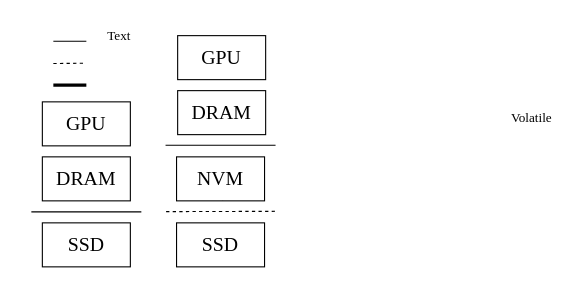
icszhr/NCheck keeps this draw.io diagram as fig/motivation_archi.drawio. Above is the earlier version. Source tidied: cells renumbered, new cells numbered last; positions are measured from the earlier drawing's top-left corner, leaving out a move shared by most shapes. Both pictures are drawn from the tidied source at 110%, with x=0, y=0 at pixel (31, 19).
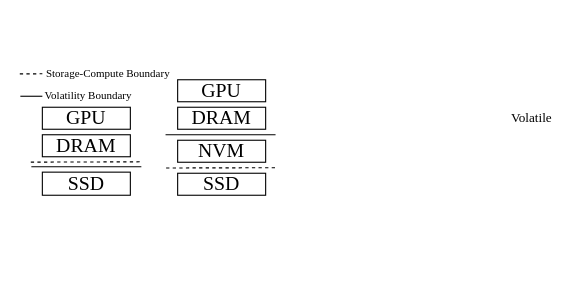
After the change.

Diff of the diagram source:
```diff
@@
     <mxCell id="2" value="&lt;font style=&quot;font-size: 18px;&quot; face=&quot;Times New Roman&quot;&gt;GPU&lt;/font&gt;" style="rounded=0;whiteSpace=wrap;html=1;" parent="1" vertex="1">
-      <mxGeometry x="10" y="75.1" width="80" height="40" as="geometry" />
+      <mxGeometry x="10" y="80" width="80" height="20" as="geometry" />
     </mxCell>
     <mxCell id="3" value="&lt;font face=&quot;Times New Roman&quot; style=&quot;font-size: 18px;&quot;&gt;DRAM&lt;/font&gt;" style="rounded=0;whiteSpace=wrap;html=1;strokeColor=default;align=center;verticalAlign=middle;fontFamily=Helvetica;fontSize=12;fontColor=default;fillColor=default;" parent="1" vertex="1">
-      <mxGeometry x="10" y="125.1" width="80" height="40" as="geometry" />
+      <mxGeometry x="10" y="105" width="80" height="20" as="geometry" />
     </mxCell>
     <mxCell id="4" style="endArrow=none;html=1;rounded=0;" parent="1" edge="1">
       <mxGeometry relative="1" as="geometry">
-        <mxPoint y="175.1" as="sourcePoint" />
-        <mxPoint x="100" y="175.1" as="targetPoint" />
+        <mxPoint y="134.1" as="sourcePoint" />
+        <mxPoint x="100" y="134.1" as="targetPoint" />
       </mxGeometry>
     </mxCell>
     <mxCell id="5" value="&lt;font style=&quot;font-size: 18px;&quot; face=&quot;Times New Roman&quot;&gt;SSD&lt;/font&gt;" style="rounded=0;whiteSpace=wrap;html=1;" parent="1" vertex="1">
-      <mxGeometry x="10" y="185.1" width="80" height="40" as="geometry" />
+      <mxGeometry x="10" y="139" width="80" height="21" as="geometry" />
     </mxCell>
     <mxCell id="6" value="&lt;font style=&quot;font-size: 18px;&quot; face=&quot;Times New Roman&quot;&gt;GPU&lt;/font&gt;" style="rounded=0;whiteSpace=wrap;html=1;" parent="1" vertex="1">
-      <mxGeometry x="133" y="14.9" width="80" height="40" as="geometry" />
+      <mxGeometry x="133" y="55" width="80" height="20" as="geometry" />
     </mxCell>
     <mxCell id="7" value="&lt;font face=&quot;Times New Roman&quot; style=&quot;font-size: 18px;&quot;&gt;DRAM&lt;/font&gt;" style="rounded=0;whiteSpace=wrap;html=1;strokeColor=default;align=center;verticalAlign=middle;fontFamily=Helvetica;fontSize=12;fontColor=default;fillColor=default;" parent="1" vertex="1">
-      <mxGeometry x="133" y="64.9" width="80" height="40" as="geometry" />
+      <mxGeometry x="133" y="80" width="80" height="20" as="geometry" />
     </mxCell>
     <mxCell id="8" value="&lt;font style=&quot;font-size: 18px;&quot; face=&quot;Times New Roman&quot;&gt;SSD&lt;/font&gt;" style="rounded=0;whiteSpace=wrap;html=1;" parent="1" vertex="1">
-      <mxGeometry x="132" y="185.1" width="80" height="40" as="geometry" />
+      <mxGeometry x="133" y="140" width="80" height="20" as="geometry" />
     </mxCell>
-    <mxCell id="9" style="endArrow=none;html=1;rounded=0;dashed=1;" parent="1" edge="1" source="12">
-      <mxGeometry relative="1" as="geometry">
-        <mxPoint x="173" y="155.1" as="targetPoint" />
-      </mxGeometry>
-    </mxCell>
@@
     <mxCell id="11" style="endArrow=none;html=1;rounded=0;dashed=1;" parent="1" edge="1">
       <mxGeometry relative="1" as="geometry">
-        <mxPoint x="122.5" y="174.9" as="sourcePoint" />
-        <mxPoint x="223.5" y="174.6" as="targetPoint" />
+        <mxPoint x="122.5" y="135.2" as="sourcePoint" />
+        <mxPoint x="223.5" y="135" as="targetPoint" />
       </mxGeometry>
     </mxCell>
     <mxCell id="12" value="&lt;font style=&quot;font-size: 18px;&quot; face=&quot;Times New Roman&quot;&gt;NVM&lt;/font&gt;" style="rounded=0;whiteSpace=wrap;html=1;" parent="1" vertex="1">
-      <mxGeometry x="132" y="125.1" width="80" height="40" as="geometry" />
+      <mxGeometry x="133" y="110" width="80" height="20" as="geometry" />
     </mxCell>
     <mxCell id="13" style="endArrow=none;html=1;rounded=0;" parent="1" edge="1">
       <mxGeometry relative="1" as="geometry">
-        <mxPoint x="122" y="114.6" as="sourcePoint" />
-        <mxPoint x="222" y="114.6" as="targetPoint" />
+        <mxPoint x="122" y="105" as="sourcePoint" />
+        <mxPoint x="222" y="105" as="targetPoint" />
       </mxGeometry>
     </mxCell>
-    <mxCell id="14" style="endArrow=none;html=1;rounded=0;" parent="1" edge="1">
-      <mxGeometry relative="1" as="geometry">
-        <mxPoint x="20" y="20" as="sourcePoint" />
-        <mxPoint x="50" y="20" as="targetPoint" />
-      </mxGeometry>
-    </mxCell>
-    <mxCell id="15" style="endArrow=none;html=1;rounded=0;dashed=1;" parent="1" edge="1">
-      <mxGeometry relative="1" as="geometry">
-        <mxPoint x="20" y="40.2" as="sourcePoint" />
-        <mxPoint x="50" y="40" as="targetPoint" />
-      </mxGeometry>
-    </mxCell>
-    <mxCell id="16" value="&lt;font face=&quot;Times New Roman&quot;&gt;Text&lt;/font&gt;" style="text;html=1;align=center;verticalAlign=middle;whiteSpace=wrap;rounded=0;" parent="1" vertex="1">
-      <mxGeometry x="50" width="60" height="30" as="geometry" />
-    </mxCell>
-    <mxCell id="17" style="endArrow=none;html=1;rounded=0;strokeWidth=3;" parent="1" edge="1">
-      <mxGeometry relative="1" as="geometry">
-        <mxPoint x="20" y="59.9" as="sourcePoint" />
-        <mxPoint x="50" y="59.9" as="targetPoint" />
-      </mxGeometry>
-    </mxCell>
+    <mxCell id="18" style="endArrow=none;html=1;rounded=0;dashed=1;" parent="1" edge="1">
+      <mxGeometry relative="1" as="geometry">
+        <mxPoint x="-0.5" y="129.9" as="sourcePoint" />
+        <mxPoint x="100.5" y="129.6" as="targetPoint" />
+      </mxGeometry>
+    </mxCell>
+    <mxCell id="19" style="endArrow=none;html=1;rounded=0;dashed=1;" parent="1" edge="1">
+      <mxGeometry relative="1" as="geometry">
+        <mxPoint x="-10.5" y="49.7" as="sourcePoint" />
+        <mxPoint x="10" y="49.6" as="targetPoint" />
+      </mxGeometry>
+    </mxCell>
+    <mxCell id="20" value="&lt;font style=&quot;font-size: 10px;&quot; face=&quot;Times New Roman&quot;&gt;Storage-Compute Boundary&lt;/font&gt;" style="text;html=1;align=center;verticalAlign=bottom;whiteSpace=wrap;rounded=0;fontSize=16;" parent="1" vertex="1">
+      <mxGeometry x="10" y="38.9" width="120" height="20" as="geometry" />
+    </mxCell>
+    <mxCell id="21" style="endArrow=none;html=1;rounded=0;" parent="1" edge="1">
+      <mxGeometry relative="1" as="geometry">
+        <mxPoint x="-10" y="70" as="sourcePoint" />
+        <mxPoint x="10" y="70" as="targetPoint" />
+      </mxGeometry>
+    </mxCell>
+    <mxCell id="22" value="&lt;font style=&quot;font-size: 10px;&quot; face=&quot;Times New Roman&quot;&gt;Volatility Boundary&lt;/font&gt;" style="text;html=1;align=center;verticalAlign=bottom;whiteSpace=wrap;rounded=0;fontSize=16;" parent="1" vertex="1">
+      <mxGeometry x="-8" y="58.9" width="120" height="20" as="geometry" />
+    </mxCell>
```
